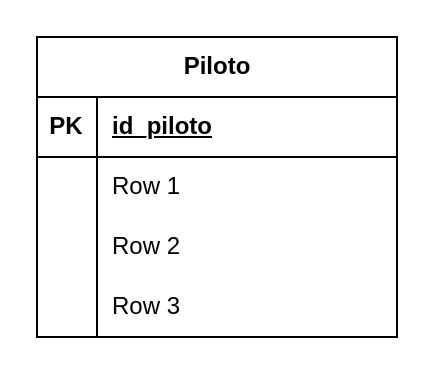
Before: Diagrama sin título.drawio in marcosfernandezlopez/Laboratorio-de-redes-y-sistemas-operativos, a draw.io diagram. Source tidied: cells renumbered, new cells numbered last; positions are measured from the earlier drawing's top-left corner, leaving out a move shared by most shapes. Both pictures are drawn from the tidied source at 200%, with x=0, y=0 at pixel (36, 36).
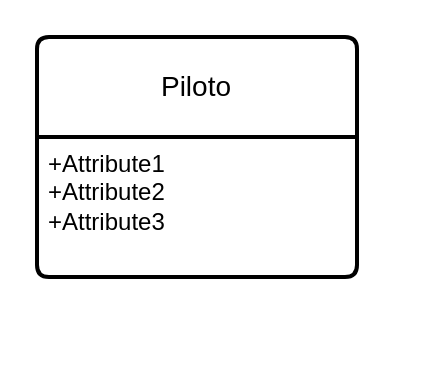
Above is the later version.

What changed in the source:
```diff
@@
 <mxGraphModel>
   <root>
     <mxCell id="0" />
     <mxCell id="1" parent="0" />
-    <mxCell id="2" value="Piloto" style="shape=table;startSize=30;childLayout=tableLayout;rowLines=0;fontStyle=1;align=center;html=1;" parent="1" vertex="1">
-      <mxGeometry width="180" height="150" as="geometry" />
+    <mxCell id="2" value="Piloto" style="swimlane;horizontal=1;startSize=50;rounded=1;fontSize=14;fontStyle=0;strokeWidth=2;shadow=0;dashed=0;align=center;arcSize=4;whiteSpace=wrap;html=1;" parent="1" vertex="1">
+      <mxGeometry width="160" height="120" as="geometry" />
     </mxCell>
-    <mxCell id="3" style="shape=tableRow;horizontal=0;startSize=0;swimlaneHead=0;swimlaneBody=0;fillColor=none;top=0;left=0;right=0;bottom=1;" parent="2" vertex="1">
-      <mxGeometry y="30" width="180" height="30" as="geometry" />
-    </mxCell>
-    <mxCell id="4" value="PK" style="shape=partialRectangle;fillColor=none;top=0;left=0;bottom=0;right=0;fontStyle=1;overflow=hidden;whiteSpace=wrap;html=1;" parent="3" vertex="1">
-      <mxGeometry width="30" height="30" as="geometry" />
-    </mxCell>
-    <mxCell id="5" value="id_piloto" style="shape=partialRectangle;fillColor=none;top=0;left=0;bottom=0;right=0;align=left;spacingLeft=6;fontStyle=5;overflow=hidden;whiteSpace=wrap;html=1;" parent="3" vertex="1">
-      <mxGeometry x="30" width="150" height="30" as="geometry" />
-    </mxCell>
-    <mxCell id="6" style="shape=tableRow;horizontal=0;startSize=0;swimlaneHead=0;swimlaneBody=0;fillColor=none;top=0;left=0;right=0;bottom=0;" parent="2" vertex="1">
-      <mxGeometry y="60" width="180" height="30" as="geometry" />
-    </mxCell>
-    <mxCell id="7" style="shape=partialRectangle;fillColor=none;top=0;left=0;bottom=0;right=0;overflow=hidden;whiteSpace=wrap;html=1;" parent="6" vertex="1">
-      <mxGeometry width="30" height="30" as="geometry" />
-    </mxCell>
-    <mxCell id="8" value="Row 1" style="shape=partialRectangle;fillColor=none;top=0;left=0;bottom=0;right=0;align=left;spacingLeft=6;overflow=hidden;whiteSpace=wrap;html=1;" parent="6" vertex="1">
-      <mxGeometry x="30" width="150" height="30" as="geometry" />
-    </mxCell>
-    <mxCell id="9" style="shape=tableRow;horizontal=0;startSize=0;swimlaneHead=0;swimlaneBody=0;fillColor=none;top=0;left=0;right=0;bottom=0;" parent="2" vertex="1">
-      <mxGeometry y="90" width="180" height="30" as="geometry" />
-    </mxCell>
-    <mxCell id="10" style="shape=partialRectangle;fillColor=none;top=0;left=0;bottom=0;right=0;overflow=hidden;whiteSpace=wrap;html=1;" parent="9" vertex="1">
-      <mxGeometry width="30" height="30" as="geometry" />
-    </mxCell>
-    <mxCell id="11" value="Row 2" style="shape=partialRectangle;fillColor=none;top=0;left=0;bottom=0;right=0;align=left;spacingLeft=6;overflow=hidden;whiteSpace=wrap;html=1;" parent="9" vertex="1">
-      <mxGeometry x="30" width="150" height="30" as="geometry" />
-    </mxCell>
-    <mxCell id="12" style="shape=tableRow;horizontal=0;startSize=0;swimlaneHead=0;swimlaneBody=0;fillColor=none;top=0;left=0;right=0;bottom=0;" parent="2" vertex="1">
-      <mxGeometry y="120" width="180" height="30" as="geometry" />
-    </mxCell>
-    <mxCell id="13" style="shape=partialRectangle;fillColor=none;top=0;left=0;bottom=0;right=0;overflow=hidden;whiteSpace=wrap;html=1;" parent="12" vertex="1">
-      <mxGeometry width="30" height="30" as="geometry" />
-    </mxCell>
-    <mxCell id="14" value="Row 3" style="shape=partialRectangle;fillColor=none;top=0;left=0;bottom=0;right=0;align=left;spacingLeft=6;overflow=hidden;whiteSpace=wrap;html=1;" parent="12" vertex="1">
-      <mxGeometry x="30" width="150" height="30" as="geometry" />
-    </mxCell>
+    <mxCell id="15" value="+Attribute1&#10;+Attribute2&#10;+Attribute3" style="align=left;strokeColor=none;fillColor=none;spacingLeft=4;fontSize=12;verticalAlign=top;html=1;" parent="2" vertex="1">
+      <mxGeometry y="50" width="160" height="70" as="geometry" />
+    </mxCell>
   </root>
 </mxGraphModel>
```
